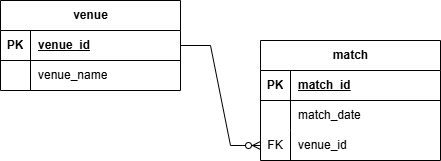
The draw.io diagram IPL_2024_ER.png in Rupam-1/Pyspark_Project_IPL_2024, before a commit. Source tidied: cells renumbered, new cells last; positions are measured from the earlier drawing's top-left corner, leaving out a move shared by most shapes.
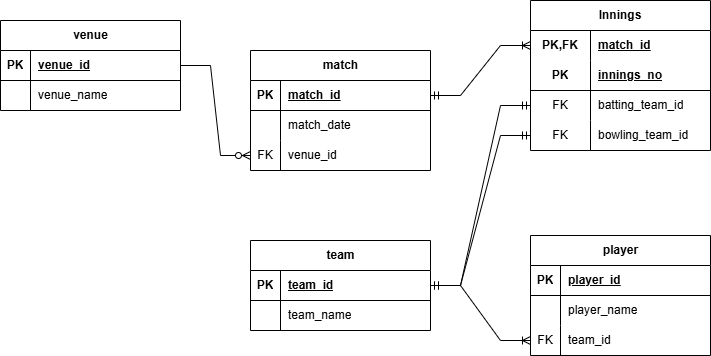
Later version of the same file.

Change to the diagram source:
```diff
@@ -24,7 +24,7 @@
       <mxGeometry x="30" width="150" height="30" as="geometry" />
     </mxCell>
     <mxCell id="9" value="match" style="shape=table;startSize=30;rowLines=0;fontStyle=1;align=center;html=1;" parent="1" vertex="1">
-      <mxGeometry x="260" y="40" width="180" height="120" as="geometry" />
+      <mxGeometry x="250" y="30" width="180" height="120" as="geometry" />
     </mxCell>
     <mxCell id="10" style="shape=tableRow;horizontal=0;startSize=0;swimlaneHead=0;swimlaneBody=0;fillColor=none;points=[[0,0.5],[1,0.5]];portConstraint=eastwest;top=0;left=0;right=0;bottom=1;" parent="9" vertex="1">
       <mxGeometry y="30" width="180" height="30" as="geometry" />
@@ -56,5 +56,107 @@
     <mxCell id="19" style="edgeStyle=entityRelationEdgeStyle;fontSize=12;html=1;endArrow=ERzeroToMany;endFill=1;rounded=0;exitX=1;exitY=0.5;exitDx=0;exitDy=0;entryX=0;entryY=0.5;entryDx=0;entryDy=0;" parent="1" edge="1" source="3" target="16">
       <mxGeometry relative="1" as="geometry" />
     </mxCell>
+    <mxCell id="20" value="team" style="shape=table;startSize=30;rowLines=0;fontStyle=1;align=center;html=1;" parent="1" vertex="1">
+      <mxGeometry x="250" y="220" width="180" height="90" as="geometry" />
+    </mxCell>
+    <mxCell id="21" style="shape=tableRow;horizontal=0;startSize=0;swimlaneHead=0;swimlaneBody=0;fillColor=none;points=[[0,0.5],[1,0.5]];portConstraint=eastwest;top=0;left=0;right=0;bottom=1;" parent="20" vertex="1">
+      <mxGeometry y="30" width="180" height="30" as="geometry" />
+    </mxCell>
+    <mxCell id="22" value="PK" style="shape=partialRectangle;fillColor=none;top=0;left=0;bottom=0;right=0;fontStyle=1;overflow=hidden;whiteSpace=wrap;html=1;" parent="21" vertex="1">
+      <mxGeometry width="30" height="30" as="geometry" />
+    </mxCell>
+    <mxCell id="23" value="team_id" style="shape=partialRectangle;fillColor=none;top=0;left=0;bottom=0;right=0;align=left;spacingLeft=6;fontStyle=5;overflow=hidden;whiteSpace=wrap;html=1;" parent="21" vertex="1">
+      <mxGeometry x="30" width="150" height="30" as="geometry" />
+    </mxCell>
+    <mxCell id="24" style="shape=tableRow;horizontal=0;startSize=0;swimlaneHead=0;swimlaneBody=0;fillColor=none;top=0;left=0;right=0;bottom=0;" parent="20" vertex="1">
+      <mxGeometry y="60" width="180" height="30" as="geometry" />
+    </mxCell>
+    <mxCell id="25" style="shape=partialRectangle;fillColor=none;top=0;left=0;bottom=0;right=0;overflow=hidden;whiteSpace=wrap;html=1;" parent="24" vertex="1">
+      <mxGeometry width="30" height="30" as="geometry" />
+    </mxCell>
+    <mxCell id="26" value="team_name" style="shape=partialRectangle;fillColor=none;top=0;left=0;bottom=0;right=0;align=left;spacingLeft=6;overflow=hidden;whiteSpace=wrap;html=1;" parent="24" vertex="1">
+      <mxGeometry x="30" width="150" height="30" as="geometry" />
+    </mxCell>
+    <mxCell id="27" value="player" style="shape=table;startSize=30;rowLines=0;fontStyle=1;align=center;html=1;" parent="1" vertex="1">
+      <mxGeometry x="530" y="215" width="180" height="120" as="geometry" />
+    </mxCell>
+    <mxCell id="28" style="shape=tableRow;horizontal=0;startSize=0;swimlaneHead=0;swimlaneBody=0;fillColor=none;top=0;left=0;right=0;bottom=1;" parent="27" vertex="1">
+      <mxGeometry y="30" width="180" height="30" as="geometry" />
+    </mxCell>
+    <mxCell id="29" value="PK" style="shape=partialRectangle;fillColor=none;top=0;left=0;bottom=0;right=0;fontStyle=1;overflow=hidden;whiteSpace=wrap;html=1;" parent="28" vertex="1">
+      <mxGeometry width="30" height="30" as="geometry" />
+    </mxCell>
+    <mxCell id="30" value="player_id" style="shape=partialRectangle;fillColor=none;top=0;left=0;bottom=0;right=0;align=left;spacingLeft=6;fontStyle=5;overflow=hidden;whiteSpace=wrap;html=1;" parent="28" vertex="1">
+      <mxGeometry x="30" width="150" height="30" as="geometry" />
+    </mxCell>
+    <mxCell id="31" style="shape=tableRow;horizontal=0;startSize=0;swimlaneHead=0;swimlaneBody=0;fillColor=none;top=0;left=0;right=0;bottom=0;" parent="27" vertex="1">
+      <mxGeometry y="60" width="180" height="30" as="geometry" />
+    </mxCell>
+    <mxCell id="32" style="shape=partialRectangle;fillColor=none;top=0;left=0;bottom=0;right=0;overflow=hidden;whiteSpace=wrap;html=1;" parent="31" vertex="1">
+      <mxGeometry width="30" height="30" as="geometry" />
+    </mxCell>
+    <mxCell id="33" value="player_name" style="shape=partialRectangle;fillColor=none;top=0;left=0;bottom=0;right=0;align=left;spacingLeft=6;overflow=hidden;whiteSpace=wrap;html=1;" parent="31" vertex="1">
+      <mxGeometry x="30" width="150" height="30" as="geometry" />
+    </mxCell>
+    <mxCell id="34" style="shape=tableRow;horizontal=0;startSize=0;swimlaneHead=0;swimlaneBody=0;fillColor=none;points=[[0,0.5],[1,0.5]];portConstraint=eastwest;top=0;left=0;right=0;bottom=0;" parent="27" vertex="1">
+      <mxGeometry y="90" width="180" height="30" as="geometry" />
+    </mxCell>
+    <mxCell id="35" value="FK" style="shape=partialRectangle;fillColor=none;top=0;left=0;bottom=0;right=0;overflow=hidden;whiteSpace=wrap;html=1;" parent="34" vertex="1">
+      <mxGeometry width="30" height="30" as="geometry" />
+    </mxCell>
+    <mxCell id="36" value="team_id" style="shape=partialRectangle;fillColor=none;top=0;left=0;bottom=0;right=0;align=left;spacingLeft=6;overflow=hidden;whiteSpace=wrap;html=1;" parent="34" vertex="1">
+      <mxGeometry x="30" width="150" height="30" as="geometry" />
+    </mxCell>
+    <mxCell id="37" style="edgeStyle=entityRelationEdgeStyle;fontSize=12;html=1;endArrow=ERoneToMany;rounded=0;exitX=1;exitY=0.5;exitDx=0;exitDy=0;entryX=0;entryY=0.5;entryDx=0;entryDy=0;" parent="1" edge="1" source="21" target="34">
+      <mxGeometry relative="1" as="geometry" />
+    </mxCell>
+    <mxCell id="38" value="Innings" style="shape=table;startSize=30;rowLines=0;fontStyle=1;align=center;html=1;whiteSpace=wrap;" parent="1" vertex="1">
+      <mxGeometry x="530" y="-20" width="180" height="150" as="geometry" />
+    </mxCell>
+    <mxCell id="39" style="shape=tableRow;horizontal=0;startSize=0;swimlaneHead=0;swimlaneBody=0;fillColor=none;points=[[0,0.5],[1,0.5]];portConstraint=eastwest;top=0;left=0;right=0;bottom=0;html=1;" parent="38" vertex="1">
+      <mxGeometry y="30" width="180" height="30" as="geometry" />
+    </mxCell>
+    <mxCell id="40" value="PK,FK" style="shape=partialRectangle;fillColor=none;top=0;left=0;bottom=0;right=0;fontStyle=1;overflow=hidden;html=1;whiteSpace=wrap;" parent="39" vertex="1">
+      <mxGeometry width="60" height="30" as="geometry" />
+    </mxCell>
+    <mxCell id="41" value="match_id" style="shape=partialRectangle;fillColor=none;top=0;left=0;bottom=0;right=0;align=left;spacingLeft=6;fontStyle=5;overflow=hidden;html=1;whiteSpace=wrap;" parent="39" vertex="1">
+      <mxGeometry x="60" width="120" height="30" as="geometry" />
+    </mxCell>
+    <mxCell id="42" style="shape=tableRow;horizontal=0;startSize=0;swimlaneHead=0;swimlaneBody=0;fillColor=none;top=0;left=0;right=0;bottom=1;html=1;" parent="38" vertex="1">
+      <mxGeometry y="60" width="180" height="30" as="geometry" />
+    </mxCell>
+    <mxCell id="43" value="PK" style="shape=partialRectangle;fillColor=none;top=0;left=0;bottom=0;right=0;fontStyle=1;overflow=hidden;html=1;whiteSpace=wrap;" parent="42" vertex="1">
+      <mxGeometry width="60" height="30" as="geometry" />
+    </mxCell>
+    <mxCell id="44" value="innings_no" style="shape=partialRectangle;fillColor=none;top=0;left=0;bottom=0;right=0;align=left;spacingLeft=6;fontStyle=5;overflow=hidden;html=1;whiteSpace=wrap;" parent="42" vertex="1">
+      <mxGeometry x="60" width="120" height="30" as="geometry" />
+    </mxCell>
+    <mxCell id="45" style="shape=tableRow;horizontal=0;startSize=0;swimlaneHead=0;swimlaneBody=0;fillColor=none;points=[[0,0.5],[1,0.5]];portConstraint=eastwest;top=0;left=0;right=0;bottom=0;html=1;" parent="38" vertex="1">
+      <mxGeometry y="90" width="180" height="30" as="geometry" />
+    </mxCell>
+    <mxCell id="46" value="FK" style="shape=partialRectangle;fillColor=none;top=0;left=0;bottom=0;right=0;overflow=hidden;html=1;whiteSpace=wrap;" parent="45" vertex="1">
+      <mxGeometry width="60" height="30" as="geometry" />
+    </mxCell>
+    <mxCell id="47" value="batting_team_id" style="shape=partialRectangle;fillColor=none;top=0;left=0;bottom=0;right=0;align=left;spacingLeft=6;overflow=hidden;html=1;whiteSpace=wrap;" parent="45" vertex="1">
+      <mxGeometry x="60" width="120" height="30" as="geometry" />
+    </mxCell>
+    <mxCell id="48" style="shape=tableRow;horizontal=0;startSize=0;swimlaneHead=0;swimlaneBody=0;fillColor=none;points=[[0,0.5],[1,0.5]];portConstraint=eastwest;top=0;left=0;right=0;bottom=0;html=1;" parent="38" vertex="1">
+      <mxGeometry y="120" width="180" height="30" as="geometry" />
+    </mxCell>
+    <mxCell id="49" value="FK" style="shape=partialRectangle;fillColor=none;top=0;left=0;bottom=0;right=0;overflow=hidden;html=1;whiteSpace=wrap;" parent="48" vertex="1">
+      <mxGeometry width="60" height="30" as="geometry" />
+    </mxCell>
+    <mxCell id="50" value="bowling_team_id" style="shape=partialRectangle;fillColor=none;top=0;left=0;bottom=0;right=0;align=left;spacingLeft=6;overflow=hidden;html=1;whiteSpace=wrap;" parent="48" vertex="1">
+      <mxGeometry x="60" width="120" height="30" as="geometry" />
+    </mxCell>
+    <mxCell id="51" style="edgeStyle=entityRelationEdgeStyle;fontSize=12;html=1;endArrow=ERoneToMany;startArrow=ERmandOne;rounded=0;exitX=1;exitY=0.5;exitDx=0;exitDy=0;entryX=0;entryY=0.5;entryDx=0;entryDy=0;" parent="1" edge="1" source="10" target="39">
+      <mxGeometry relative="1" as="geometry" />
+    </mxCell>
+    <mxCell id="52" style="edgeStyle=entityRelationEdgeStyle;fontSize=12;html=1;endArrow=ERmandOne;startArrow=ERmandOne;rounded=0;entryX=0;entryY=0.5;entryDx=0;entryDy=0;exitX=1;exitY=0.5;exitDx=0;exitDy=0;" parent="1" edge="1" source="21" target="45">
+      <mxGeometry relative="1" as="geometry" />
+    </mxCell>
+    <mxCell id="53" style="edgeStyle=entityRelationEdgeStyle;fontSize=12;html=1;endArrow=ERmandOne;startArrow=ERmandOne;rounded=0;exitX=1;exitY=0.5;exitDx=0;exitDy=0;entryX=0;entryY=0.5;entryDx=0;entryDy=0;" parent="1" edge="1" source="21" target="48">
+      <mxGeometry relative="1" as="geometry" />
+    </mxCell>
   </root>
 </mxGraphModel>
```
